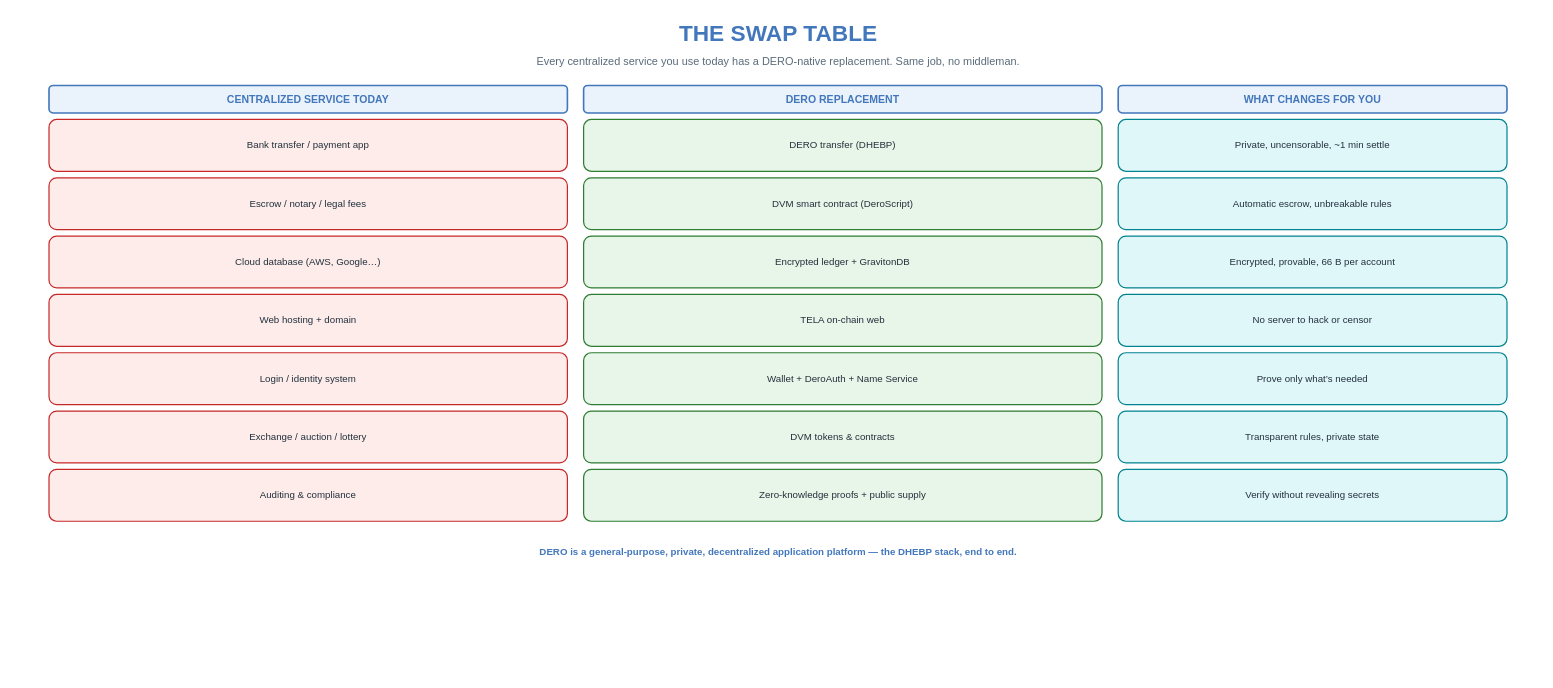
This is page "The Swap Table" (2 of 2) of DERO.WORLD.drawio from liqdmetal/DERO.STARGATE.DIAGRAMS, a draw.io file, before an edit. Source tidied: cells renumbered, new cells numbered last; positions are measured from the earlier drawing's top-left corner, leaving out a move shared by most shapes. Both pictures are drawn from the tidied source at 81%, with x=0, y=0 at pixel (16, 14).
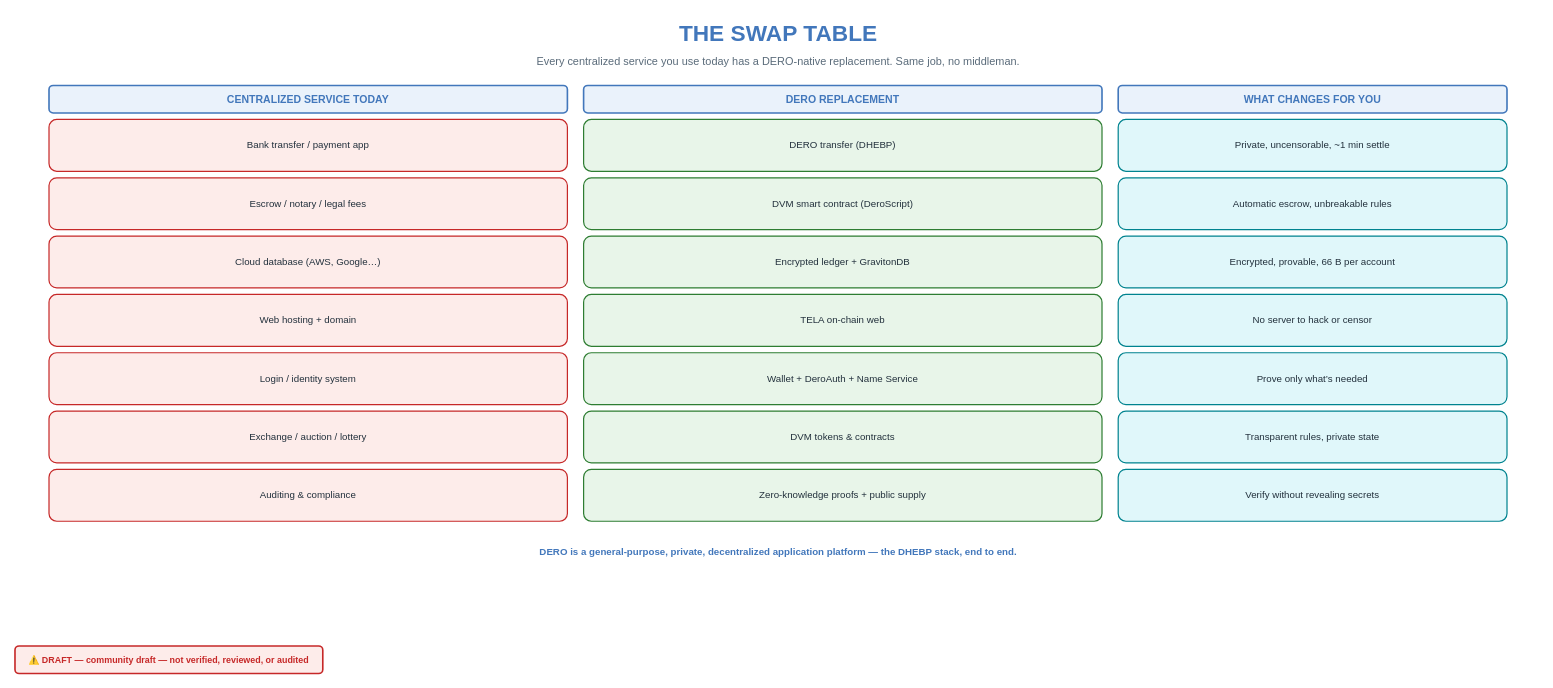
After the change.

Diff of the diagram source:
```diff
@@
+    <mxCell id="29" value="⚠️ DRAFT — community draft — not verified, reviewed, or audited" style="rounded=1;whiteSpace=wrap;html=1;fillColor=#FDECEA;strokeColor=#C62828;strokeWidth=2;fontSize=11;fontStyle=1;fontColor=#C62828;align=center;verticalAlign=middle;" parent="1" vertex="1">
+      <mxGeometry x="-2" y="780" width="380" height="34" as="geometry" />
+    </mxCell>
```
